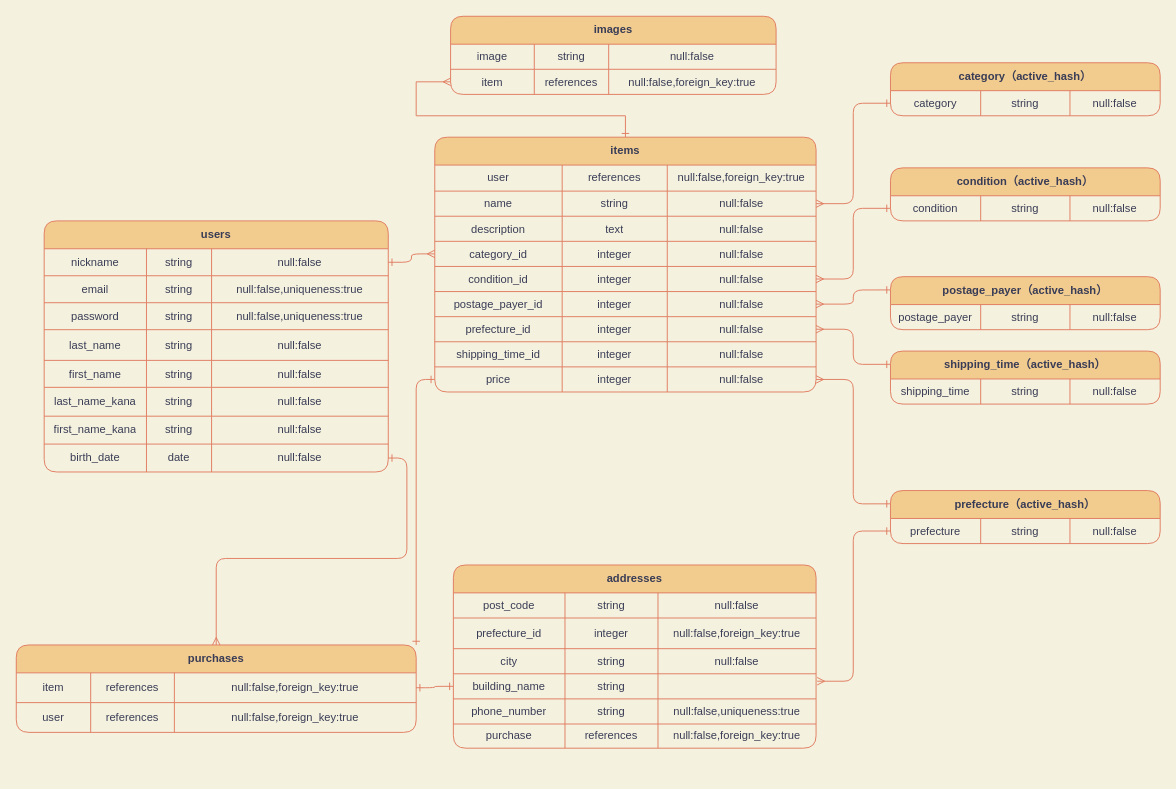
The draw.io diagram furima.dio in inpachi-yume/furima-29851, before the edit. Source tidied: cells renumbered, new cells numbered last; positions are measured from the earlier drawing's top-left corner, leaving out a move shared by most shapes. Both pictures are drawn from the tidied source at 93%, with x=0, y=0 at pixel (16, 16).
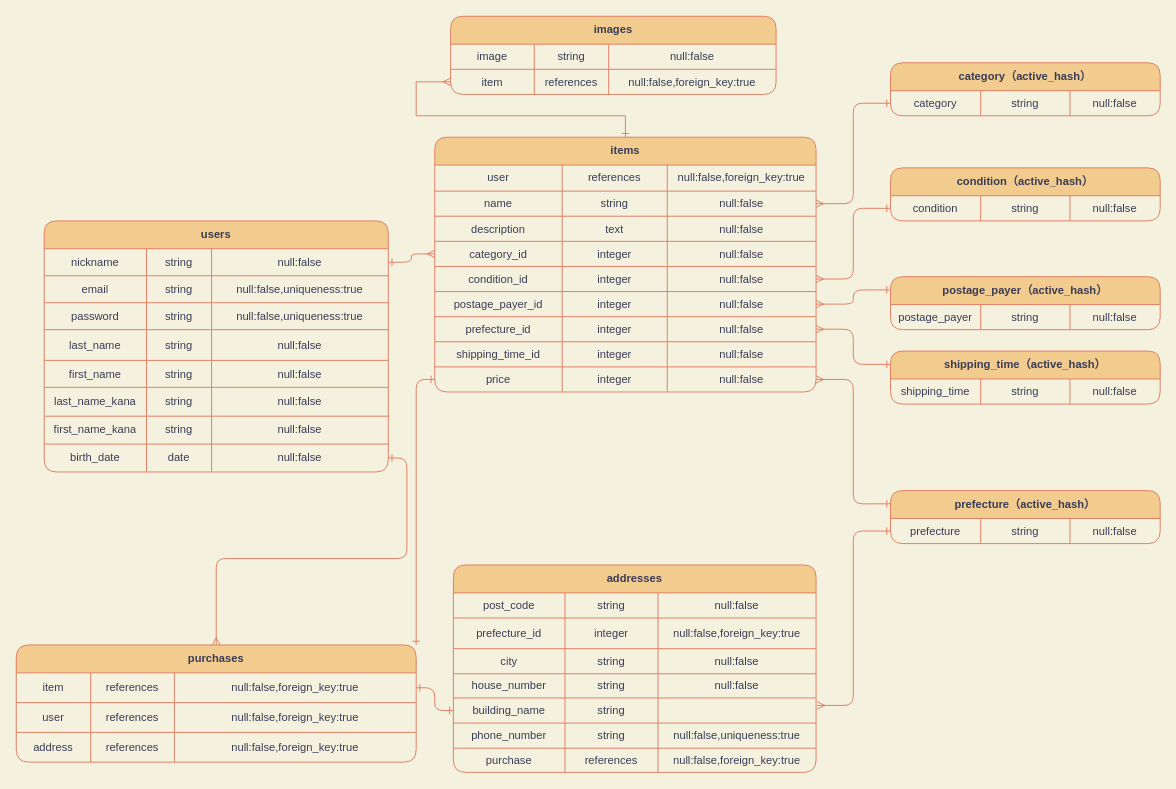
After the change.

Commit message (it also covers changes not shown here):
house_numberカラムの追加

Change to the diagram source:
```diff
@@
     <mxCell id="40" value="addresses" style="shape=table;html=1;whiteSpace=wrap;startSize=30;childLayout=tableLayout;fontStyle=1;align=center;rounded=1;fillColor=#F2CC8F;strokeColor=#E07A5F;fontColor=#393C56;" parent="1" vertex="1">
-      <mxGeometry x="470" y="590" width="390" height="197" as="geometry" />
+      <mxGeometry x="470" y="590" width="390" height="223" as="geometry" />
     </mxCell>
@@
+    <mxCell id="151" style="shape=partialRectangle;html=1;whiteSpace=wrap;fillColor=none;top=0;left=0;bottom=0;right=0;rounded=1;strokeColor=#E07A5F;fontColor=#393C56;" parent="40" vertex="1">
+      <mxGeometry y="117" width="390" height="26" as="geometry" />
+    </mxCell>
+    <mxCell id="152" value="house_number" style="shape=partialRectangle;html=1;whiteSpace=wrap;fillColor=none;top=0;left=0;bottom=0;right=0;overflow=hidden;rounded=1;strokeColor=#E07A5F;fontColor=#393C56;" parent="151" vertex="1">
+      <mxGeometry width="120" height="26" as="geometry" />
+    </mxCell>
+    <mxCell id="153" value="string" style="shape=partialRectangle;html=1;whiteSpace=wrap;fillColor=none;top=0;left=0;bottom=0;right=0;overflow=hidden;rounded=1;strokeColor=#E07A5F;fontColor=#393C56;" parent="151" vertex="1">
+      <mxGeometry x="120" width="100" height="26" as="geometry" />
+    </mxCell>
+    <mxCell id="154" value="null:false" style="shape=partialRectangle;html=1;whiteSpace=wrap;fillColor=none;top=0;left=0;bottom=0;right=0;overflow=hidden;rounded=1;strokeColor=#E07A5F;fontColor=#393C56;" parent="151" vertex="1">
+      <mxGeometry x="220" width="170" height="26" as="geometry" />
+    </mxCell>
     <mxCell id="53" style="shape=partialRectangle;html=1;whiteSpace=wrap;fillColor=none;top=0;left=0;bottom=0;right=0;points=[[0,0.5],[1,0.5]];portConstraint=eastwest;rounded=1;strokeColor=#E07A5F;fontColor=#393C56;" parent="40" vertex="1">
-      <mxGeometry y="117" width="390" height="27" as="geometry" />
+      <mxGeometry y="143" width="390" height="27" as="geometry" />
     </mxCell>
@@
     <mxCell id="57" style="shape=partialRectangle;html=1;whiteSpace=wrap;fillColor=none;top=0;left=0;bottom=0;right=0;rounded=1;strokeColor=#E07A5F;fontColor=#393C56;" parent="40" vertex="1">
-      <mxGeometry y="144" width="390" height="27" as="geometry" />
+      <mxGeometry y="170" width="390" height="27" as="geometry" />
     </mxCell>
@@
     <mxCell id="61" style="shape=partialRectangle;html=1;whiteSpace=wrap;fillColor=none;top=0;left=0;bottom=0;right=0;rounded=1;strokeColor=#E07A5F;fontColor=#393C56;" parent="40" vertex="1">
-      <mxGeometry y="171" width="390" height="26" as="geometry" />
+      <mxGeometry y="197" width="390" height="26" as="geometry" />
     </mxCell>
@@
     <mxCell id="89" value="purchases" style="shape=table;html=1;whiteSpace=wrap;startSize=30;childLayout=tableLayout;fontStyle=1;align=center;rounded=1;fillColor=#F2CC8F;strokeColor=#E07A5F;fontColor=#393C56;" parent="1" vertex="1">
-      <mxGeometry y="676" width="430" height="94" as="geometry" />
+      <mxGeometry y="676" width="430" height="126" as="geometry" />
     </mxCell>
@@
+    <mxCell id="155" style="shape=partialRectangle;html=1;whiteSpace=wrap;fillColor=none;top=0;left=0;bottom=0;right=0;rounded=1;strokeColor=#E07A5F;fontColor=#393C56;" parent="89" vertex="1">
+      <mxGeometry y="94" width="430" height="32" as="geometry" />
+    </mxCell>
+    <mxCell id="156" value="address" style="shape=partialRectangle;html=1;whiteSpace=wrap;fillColor=none;top=0;left=0;bottom=0;right=0;overflow=hidden;rounded=1;strokeColor=#E07A5F;fontColor=#393C56;" parent="155" vertex="1">
+      <mxGeometry width="80" height="32" as="geometry" />
+    </mxCell>
+    <mxCell id="157" value="references" style="shape=partialRectangle;html=1;whiteSpace=wrap;fillColor=none;top=0;left=0;bottom=0;right=0;overflow=hidden;rounded=1;strokeColor=#E07A5F;fontColor=#393C56;" parent="155" vertex="1">
+      <mxGeometry x="80" width="90" height="32" as="geometry" />
+    </mxCell>
+    <mxCell id="158" value="null:false,foreign_key:true" style="shape=partialRectangle;html=1;whiteSpace=wrap;fillColor=none;top=0;left=0;bottom=0;right=0;overflow=hidden;rounded=1;strokeColor=#E07A5F;fontColor=#393C56;" parent="155" vertex="1">
+      <mxGeometry x="170" width="260" height="32" as="geometry" />
+    </mxCell>
```
